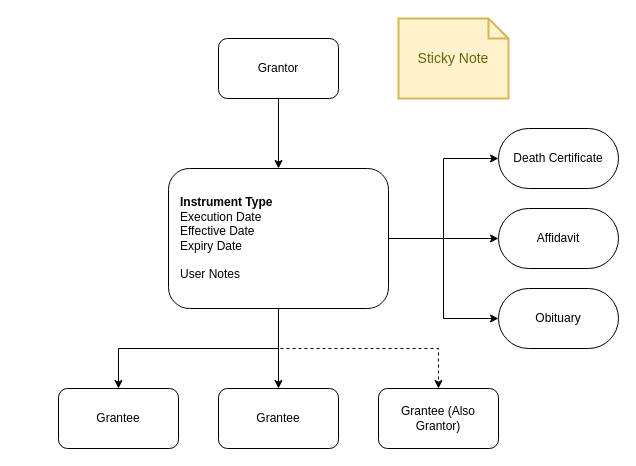
Earlier version of the draw.io diagram example.drawio (prafullx24/drawio_example). Source tidied: cells renumbered, new cells numbered last; positions are measured from the earlier drawing's top-left corner, leaving out a move shared by most shapes. Both pictures are drawn from the tidied source at 100%, with x=0, y=0 at pixel (58, 18).
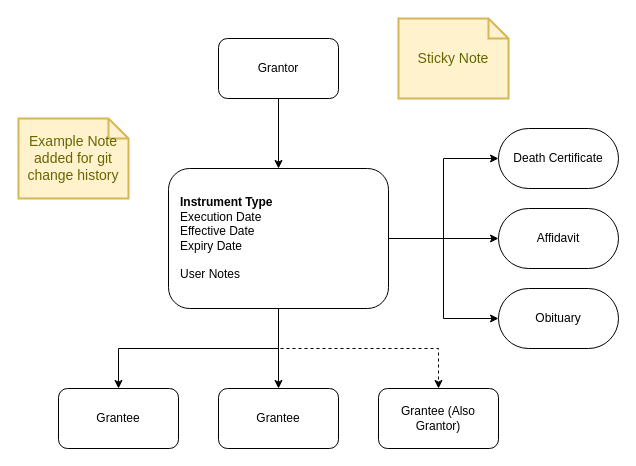
The same diagram, later.

The edit, as a diff of the source:
```diff
@@
 <mxGraphModel>
   <root>
     <mxCell id="0" />
     <mxCell id="1" parent="0" />
     <mxCell id="2" style="edgeStyle=orthogonalEdgeStyle;rounded=0;jettySize=auto;html=1;entryX=0.5;entryY=0;entryDx=0;entryDy=0;" parent="1" edge="1" source="3" target="9">
       <mxGeometry relative="1" as="geometry" />
     </mxCell>
     <mxCell id="3" value="Grantor" style="rounded=1;whiteSpace=wrap;html=1;" parent="1" vertex="1">
       <mxGeometry x="160" y="20" width="120" height="60" as="geometry" />
     </mxCell>
     <mxCell id="4" style="edgeStyle=orthogonalEdgeStyle;rounded=0;jettySize=auto;html=1;" parent="1" edge="1" source="9" target="10">
       <mxGeometry relative="1" as="geometry" />
     </mxCell>
     <mxCell id="5" style="edgeStyle=orthogonalEdgeStyle;rounded=0;jettySize=auto;html=1;entryX=0.5;entryY=0;entryDx=0;entryDy=0;" parent="1" edge="1" source="9" target="11">
       <mxGeometry relative="1" as="geometry" />
     </mxCell>
     <mxCell id="6" style="edgeStyle=orthogonalEdgeStyle;rounded=0;jettySize=auto;html=1;entryX=0.5;entryY=0;entryDx=0;entryDy=0;dashed=1;" parent="1" edge="1" source="9" target="12">
       <mxGeometry relative="1" as="geometry" />
     </mxCell>
     <mxCell id="7" style="edgeStyle=orthogonalEdgeStyle;rounded=0;jettySize=auto;html=1;" parent="1" edge="1" source="9" target="14">
       <mxGeometry relative="1" as="geometry" />
     </mxCell>
     <mxCell id="8" style="edgeStyle=orthogonalEdgeStyle;rounded=0;jettySize=auto;html=1;" parent="1" edge="1" source="9" target="15">
       <mxGeometry relative="1" as="geometry" />
     </mxCell>
     <mxCell id="9" value="&lt;div align=&quot;left&quot;&gt;&lt;b&gt;Instrument Type&lt;/b&gt;&lt;/div&gt;&lt;div align=&quot;left&quot;&gt;Execution Date&lt;/div&gt;&lt;div align=&quot;left&quot;&gt;Effective Date&lt;/div&gt;&lt;div align=&quot;left&quot;&gt;Expiry Date&lt;/div&gt;&lt;div align=&quot;left&quot;&gt;&lt;br&gt;&lt;/div&gt;&lt;div align=&quot;left&quot;&gt;User Notes&lt;br&gt;&lt;/div&gt;" style="rounded=1;whiteSpace=wrap;html=1;align=left;spacingLeft=10;" parent="1" vertex="1">
       <mxGeometry x="110" y="150" width="220" height="140" as="geometry" />
     </mxCell>
     <mxCell id="10" value="Grantee" style="rounded=1;whiteSpace=wrap;html=1;" parent="1" vertex="1">
       <mxGeometry y="370" width="120" height="60" as="geometry" />
     </mxCell>
     <mxCell id="11" value="Grantee" style="rounded=1;whiteSpace=wrap;html=1;" parent="1" vertex="1">
       <mxGeometry x="160" y="370" width="120" height="60" as="geometry" />
     </mxCell>
     <mxCell id="12" value="Grantee (Also Grantor)" style="rounded=1;whiteSpace=wrap;html=1;" parent="1" vertex="1">
       <mxGeometry x="320" y="370" width="120" height="60" as="geometry" />
     </mxCell>
     <mxCell id="13" value="Death Certificate" style="rounded=1;whiteSpace=wrap;html=1;arcSize=50;" parent="1" vertex="1">
       <mxGeometry x="440" y="110" width="120" height="60" as="geometry" />
     </mxCell>
     <mxCell id="14" value="Affidavit " style="rounded=1;whiteSpace=wrap;html=1;arcSize=50;" parent="1" vertex="1">
       <mxGeometry x="440" y="190" width="120" height="60" as="geometry" />
     </mxCell>
     <mxCell id="15" value="Obituary" style="rounded=1;whiteSpace=wrap;html=1;arcSize=50;" parent="1" vertex="1">
       <mxGeometry x="440" y="270" width="120" height="60" as="geometry" />
     </mxCell>
     <mxCell id="16" style="edgeStyle=orthogonalEdgeStyle;rounded=0;jettySize=auto;html=1;entryX=0;entryY=0.5;entryDx=0;entryDy=0;" parent="1" edge="1" source="9" target="13">
       <mxGeometry relative="1" as="geometry" />
     </mxCell>
     <mxCell id="17" value="Sticky Note" style="shape=note;strokeWidth=2;fontSize=14;size=20;whiteSpace=wrap;html=1;fillColor=#fff2cc;strokeColor=#d6b656;fontColor=#666600;" parent="1" vertex="1">
       <mxGeometry x="340" width="110" height="80" as="geometry" />
     </mxCell>
+    <mxCell id="18" value="Example Note added for git change history" style="shape=note;strokeWidth=2;fontSize=14;size=20;whiteSpace=wrap;html=1;fillColor=#fff2cc;strokeColor=#d6b656;fontColor=#666600;" parent="1" vertex="1">
+      <mxGeometry x="-40" y="100" width="110" height="80" as="geometry" />
+    </mxCell>
   </root>
 </mxGraphModel>
```
